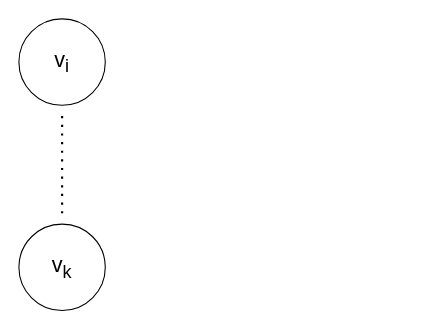
josura/c2c-sepia keeps this draw.io diagram as docs/propagationNeighbor.drawio. Above is the earlier version. Source tidied: cells renumbered, new cells numbered last; positions are measured from the earlier drawing's top-left corner, leaving out a move shared by most shapes. Both pictures are drawn from the tidied source at 108%, with x=0, y=0 at pixel (18, 18).
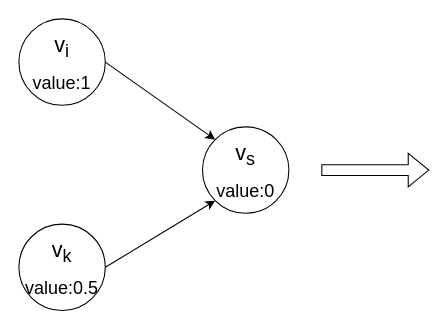
After the change.

What changed in the source:
```diff
@@
 <mxGraphModel>
   <root>
     <mxCell id="0" />
     <mxCell id="1" parent="0" />
+    <mxCell id="5" style="rounded=0;jettySize=auto;html=1;exitX=1;exitY=0.5;exitDx=0;exitDy=0;entryX=0;entryY=0;entryDx=0;entryDy=0;" parent="1" edge="1" source="2" target="7">
+      <mxGeometry relative="1" as="geometry" />
+    </mxCell>
-    <mxCell id="2" value="v&lt;sub&gt;i&lt;/sub&gt;" style="ellipse;whiteSpace=wrap;html=1;fontSize=20;" parent="1" vertex="1">
+    <mxCell id="2" value="&lt;div&gt;v&lt;sub&gt;i&lt;br&gt;&lt;/sub&gt;&lt;/div&gt;&lt;sub&gt;value:1&lt;/sub&gt;" style="ellipse;whiteSpace=wrap;html=1;fontSize=20;" parent="1" vertex="1">
       <mxGeometry width="80" height="80" as="geometry" />
     </mxCell>
+    <mxCell id="6" style="rounded=0;jettySize=auto;html=1;exitX=1;exitY=0.5;exitDx=0;exitDy=0;entryX=0;entryY=1;entryDx=0;entryDy=0;" parent="1" edge="1" source="3" target="7">
+      <mxGeometry relative="1" as="geometry" />
+    </mxCell>
-    <mxCell id="3" value="v&lt;sub&gt;k&lt;/sub&gt;" style="ellipse;whiteSpace=wrap;html=1;fontSize=20;" parent="1" vertex="1">
+    <mxCell id="3" value="&lt;div&gt;v&lt;sub&gt;k&lt;br&gt;&lt;/sub&gt;&lt;/div&gt;&lt;sub&gt;value:0.5&lt;/sub&gt;" style="ellipse;whiteSpace=wrap;html=1;fontSize=20;" parent="1" vertex="1">
       <mxGeometry y="190" width="80" height="80" as="geometry" />
     </mxCell>
-    <mxCell id="4" style="endArrow=none;dashed=1;html=1;dashPattern=1 3;strokeWidth=2;rounded=0;" parent="1" edge="1">
-      <mxGeometry relative="1" as="geometry">
-        <mxPoint x="40" y="180" as="sourcePoint" />
-        <mxPoint x="40" y="90" as="targetPoint" />
-      </mxGeometry>
-    </mxCell>
+    <mxCell id="7" value="&lt;div&gt;v&lt;sub&gt;s&lt;br&gt;&lt;/sub&gt;&lt;/div&gt;&lt;sub&gt;value:0&lt;/sub&gt;" style="ellipse;whiteSpace=wrap;html=1;fontSize=20;" parent="1" vertex="1">
+      <mxGeometry x="170" y="100" width="80" height="80" as="geometry" />
+    </mxCell>
+    <mxCell id="8" style="shape=flexArrow;endArrow=classic;html=1;rounded=0;" parent="1" edge="1">
+      <mxGeometry relative="1" as="geometry">
+        <mxPoint x="280" y="140" as="sourcePoint" />
+        <mxPoint x="380" y="140" as="targetPoint" />
+      </mxGeometry>
+    </mxCell>
   </root>
 </mxGraphModel>
```
